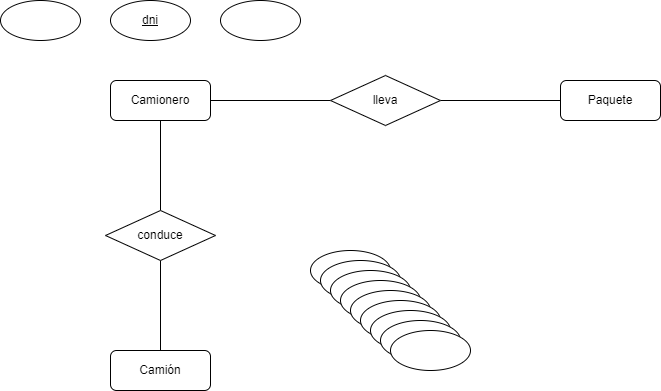
LuisMGlez/base-datos keeps this draw.io diagram as Unidad-1/Tareas/Tarea-3/Ejercicio4.drawio.png. Above is the earlier version. Source tidied: cells renumbered, new cells last; positions are measured from the earlier drawing's top-left corner, leaving out a move shared by most shapes. The source it was exported from:
```xml
<mxGraphModel>
  <root>
    <mxCell id="0" />
    <mxCell id="1" parent="0" />
    <mxCell id="2" style="edgeStyle=orthogonalEdgeStyle;rounded=0;jettySize=auto;html=1;exitX=1;exitY=0.5;exitDx=0;exitDy=0;entryX=0;entryY=0.5;entryDx=0;entryDy=0;endArrow=none;endFill=0;" parent="1" edge="1" source="4" target="8">
      <mxGeometry relative="1" as="geometry" />
    </mxCell>
    <mxCell id="3" style="edgeStyle=orthogonalEdgeStyle;rounded=0;jettySize=auto;html=1;exitX=0.5;exitY=1;exitDx=0;exitDy=0;entryX=0.5;entryY=0;entryDx=0;entryDy=0;endArrow=none;endFill=0;" parent="1" edge="1" source="4" target="10">
      <mxGeometry relative="1" as="geometry" />
    </mxCell>
    <mxCell id="4" value="Camionero" style="rounded=1;whiteSpace=wrap;html=1;" parent="1" vertex="1">
      <mxGeometry x="110" y="80" width="100" height="40" as="geometry" />
    </mxCell>
    <mxCell id="5" value="Camión" style="rounded=1;whiteSpace=wrap;html=1;" parent="1" vertex="1">
      <mxGeometry x="110" y="350" width="100" height="40" as="geometry" />
    </mxCell>
    <mxCell id="6" value="Paquete" style="rounded=1;whiteSpace=wrap;html=1;" parent="1" vertex="1">
      <mxGeometry x="560" y="80" width="100" height="40" as="geometry" />
    </mxCell>
    <mxCell id="7" style="edgeStyle=orthogonalEdgeStyle;rounded=0;jettySize=auto;html=1;exitX=1;exitY=0.5;exitDx=0;exitDy=0;entryX=0;entryY=0.5;entryDx=0;entryDy=0;endArrow=none;endFill=0;" parent="1" edge="1" source="8" target="6">
      <mxGeometry relative="1" as="geometry" />
    </mxCell>
    <mxCell id="8" value="lleva" style="rhombus;whiteSpace=wrap;html=1;" parent="1" vertex="1">
      <mxGeometry x="330" y="75" width="110" height="50" as="geometry" />
    </mxCell>
    <mxCell id="9" style="edgeStyle=orthogonalEdgeStyle;rounded=0;jettySize=auto;html=1;exitX=0.5;exitY=1;exitDx=0;exitDy=0;entryX=0.5;entryY=0;entryDx=0;entryDy=0;endArrow=none;endFill=0;" parent="1" edge="1" source="10" target="5">
      <mxGeometry relative="1" as="geometry" />
    </mxCell>
    <mxCell id="10" value="conduce" style="rhombus;whiteSpace=wrap;html=1;" parent="1" vertex="1">
      <mxGeometry x="105" y="210" width="110" height="50" as="geometry" />
    </mxCell>
    <mxCell id="11" style="ellipse;whiteSpace=wrap;html=1;" parent="1" vertex="1">
      <mxGeometry x="310" y="250" width="80" height="40" as="geometry" />
    </mxCell>
    <mxCell id="12" style="ellipse;whiteSpace=wrap;html=1;" parent="1" vertex="1">
      <mxGeometry x="320" y="260" width="80" height="40" as="geometry" />
    </mxCell>
    <mxCell id="13" style="ellipse;whiteSpace=wrap;html=1;" parent="1" vertex="1">
      <mxGeometry x="330" y="270" width="80" height="40" as="geometry" />
    </mxCell>
    <mxCell id="14" style="ellipse;whiteSpace=wrap;html=1;" parent="1" vertex="1">
      <mxGeometry x="340" y="280" width="80" height="40" as="geometry" />
    </mxCell>
    <mxCell id="15" style="ellipse;whiteSpace=wrap;html=1;" parent="1" vertex="1">
      <mxGeometry x="350" y="290" width="80" height="40" as="geometry" />
    </mxCell>
    <mxCell id="16" style="ellipse;whiteSpace=wrap;html=1;" parent="1" vertex="1">
      <mxGeometry x="360" y="300" width="80" height="40" as="geometry" />
    </mxCell>
    <mxCell id="17" style="ellipse;whiteSpace=wrap;html=1;" parent="1" vertex="1">
      <mxGeometry x="370" y="310" width="80" height="40" as="geometry" />
    </mxCell>
    <mxCell id="18" style="ellipse;whiteSpace=wrap;html=1;" parent="1" vertex="1">
      <mxGeometry x="380" y="320" width="80" height="40" as="geometry" />
    </mxCell>
    <mxCell id="19" style="ellipse;whiteSpace=wrap;html=1;" parent="1" vertex="1">
      <mxGeometry x="390" y="330" width="80" height="40" as="geometry" />
    </mxCell>
    <mxCell id="20" style="ellipse;whiteSpace=wrap;html=1;" parent="1" vertex="1">
      <mxGeometry x="220" width="80" height="40" as="geometry" />
    </mxCell>
    <mxCell id="21" value="&lt;u&gt;dni&lt;/u&gt;" style="ellipse;whiteSpace=wrap;html=1;" parent="1" vertex="1">
      <mxGeometry x="110" width="80" height="40" as="geometry" />
    </mxCell>
    <mxCell id="22" style="ellipse;whiteSpace=wrap;html=1;" parent="1" vertex="1">
      <mxGeometry width="80" height="40" as="geometry" />
    </mxCell>
  </root>
</mxGraphModel>
```
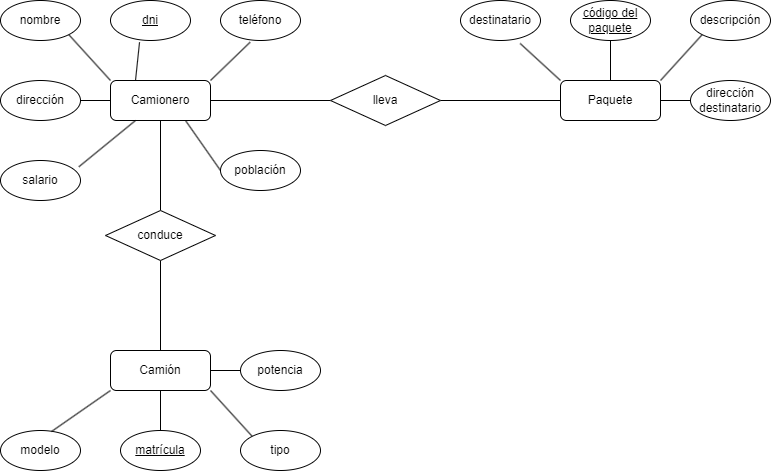
Above is the later version.

Change to the diagram source:
```diff
@@ -8,12 +8,39 @@
     <mxCell id="3" style="edgeStyle=orthogonalEdgeStyle;rounded=0;jettySize=auto;html=1;exitX=0.5;exitY=1;exitDx=0;exitDy=0;entryX=0.5;entryY=0;entryDx=0;entryDy=0;endArrow=none;endFill=0;" parent="1" edge="1" source="4" target="10">
       <mxGeometry relative="1" as="geometry" />
     </mxCell>
+    <mxCell id="23" style="rounded=0;jettySize=auto;html=1;exitX=0;exitY=0;exitDx=0;exitDy=0;entryX=1;entryY=1;entryDx=0;entryDy=0;endArrow=none;endFill=0;" parent="1" edge="1" source="4" target="22">
+      <mxGeometry relative="1" as="geometry" />
+    </mxCell>
+    <mxCell id="24" style="rounded=0;jettySize=auto;html=1;exitX=0;exitY=0.5;exitDx=0;exitDy=0;entryX=1;entryY=0.5;entryDx=0;entryDy=0;endArrow=none;endFill=0;" parent="1" edge="1" source="4" target="19">
+      <mxGeometry relative="1" as="geometry" />
+    </mxCell>
+    <mxCell id="25" style="rounded=0;jettySize=auto;html=1;exitX=0.75;exitY=1;exitDx=0;exitDy=0;entryX=0;entryY=0.5;entryDx=0;entryDy=0;endArrow=none;endFill=0;" parent="1" edge="1" source="4" target="17">
+      <mxGeometry relative="1" as="geometry" />
+    </mxCell>
     <mxCell id="4" value="Camionero" style="rounded=1;whiteSpace=wrap;html=1;" parent="1" vertex="1">
       <mxGeometry x="110" y="80" width="100" height="40" as="geometry" />
     </mxCell>
+    <mxCell id="26" style="rounded=0;jettySize=auto;html=1;exitX=1;exitY=0.5;exitDx=0;exitDy=0;entryX=0;entryY=0.5;entryDx=0;entryDy=0;endArrow=none;endFill=0;" parent="1" edge="1" source="5" target="11">
+      <mxGeometry relative="1" as="geometry" />
+    </mxCell>
+    <mxCell id="27" style="rounded=0;jettySize=auto;html=1;exitX=1;exitY=1;exitDx=0;exitDy=0;entryX=0;entryY=0;entryDx=0;entryDy=0;endArrow=none;endFill=0;" parent="1" edge="1" source="5" target="12">
+      <mxGeometry relative="1" as="geometry" />
+    </mxCell>
+    <mxCell id="28" style="rounded=0;jettySize=auto;html=1;exitX=0.5;exitY=1;exitDx=0;exitDy=0;entryX=0.5;entryY=0;entryDx=0;entryDy=0;endArrow=none;endFill=0;" parent="1" edge="1" source="5" target="33">
+      <mxGeometry relative="1" as="geometry" />
+    </mxCell>
     <mxCell id="5" value="Camión" style="rounded=1;whiteSpace=wrap;html=1;" parent="1" vertex="1">
       <mxGeometry x="110" y="350" width="100" height="40" as="geometry" />
     </mxCell>
+    <mxCell id="29" style="rounded=0;jettySize=auto;html=1;exitX=0.5;exitY=0;exitDx=0;exitDy=0;entryX=0.5;entryY=1;entryDx=0;entryDy=0;endArrow=none;endFill=0;" parent="1" edge="1" source="6" target="16">
+      <mxGeometry relative="1" as="geometry" />
+    </mxCell>
+    <mxCell id="30" style="rounded=0;jettySize=auto;html=1;exitX=1;exitY=0;exitDx=0;exitDy=0;entryX=0;entryY=1;entryDx=0;entryDy=0;endArrow=none;endFill=0;" parent="1" edge="1" source="6" target="15">
+      <mxGeometry relative="1" as="geometry" />
+    </mxCell>
+    <mxCell id="31" style="rounded=0;jettySize=auto;html=1;exitX=1;exitY=0.5;exitDx=0;exitDy=0;entryX=0;entryY=0.5;entryDx=0;entryDy=0;endArrow=none;endFill=0;" parent="1" edge="1" source="6" target="13">
+      <mxGeometry relative="1" as="geometry" />
+    </mxCell>
     <mxCell id="6" value="Paquete" style="rounded=1;whiteSpace=wrap;html=1;" parent="1" vertex="1">
       <mxGeometry x="560" y="80" width="100" height="40" as="geometry" />
     </mxCell>
@@ -29,41 +56,62 @@
     <mxCell id="10" value="conduce" style="rhombus;whiteSpace=wrap;html=1;" parent="1" vertex="1">
       <mxGeometry x="105" y="210" width="110" height="50" as="geometry" />
     </mxCell>
-    <mxCell id="11" style="ellipse;whiteSpace=wrap;html=1;" parent="1" vertex="1">
-      <mxGeometry x="310" y="250" width="80" height="40" as="geometry" />
+    <mxCell id="11" value="potencia" style="ellipse;whiteSpace=wrap;html=1;" parent="1" vertex="1">
+      <mxGeometry x="240" y="350" width="80" height="40" as="geometry" />
     </mxCell>
-    <mxCell id="12" style="ellipse;whiteSpace=wrap;html=1;" parent="1" vertex="1">
-      <mxGeometry x="320" y="260" width="80" height="40" as="geometry" />
+    <mxCell id="12" value="tipo" style="ellipse;whiteSpace=wrap;html=1;" parent="1" vertex="1">
+      <mxGeometry x="240" y="430" width="80" height="40" as="geometry" />
     </mxCell>
-    <mxCell id="13" style="ellipse;whiteSpace=wrap;html=1;" parent="1" vertex="1">
-      <mxGeometry x="330" y="270" width="80" height="40" as="geometry" />
+    <mxCell id="13" value="dirección destinatario" style="ellipse;whiteSpace=wrap;html=1;" parent="1" vertex="1">
+      <mxGeometry x="690" y="80" width="80" height="40" as="geometry" />
     </mxCell>
-    <mxCell id="14" style="ellipse;whiteSpace=wrap;html=1;" parent="1" vertex="1">
-      <mxGeometry x="340" y="280" width="80" height="40" as="geometry" />
+    <mxCell id="14" value="destinatario" style="ellipse;whiteSpace=wrap;html=1;" parent="1" vertex="1">
+      <mxGeometry x="460" width="80" height="40" as="geometry" />
     </mxCell>
-    <mxCell id="15" style="ellipse;whiteSpace=wrap;html=1;" parent="1" vertex="1">
-      <mxGeometry x="350" y="290" width="80" height="40" as="geometry" />
+    <mxCell id="15" value="descripción" style="ellipse;whiteSpace=wrap;html=1;" parent="1" vertex="1">
+      <mxGeometry x="690" width="80" height="40" as="geometry" />
     </mxCell>
-    <mxCell id="16" style="ellipse;whiteSpace=wrap;html=1;" parent="1" vertex="1">
-      <mxGeometry x="360" y="300" width="80" height="40" as="geometry" />
+    <mxCell id="16" value="&lt;u&gt;código del paquete&lt;/u&gt;" style="ellipse;whiteSpace=wrap;html=1;" parent="1" vertex="1">
+      <mxGeometry x="570" width="80" height="40" as="geometry" />
     </mxCell>
-    <mxCell id="17" style="ellipse;whiteSpace=wrap;html=1;" parent="1" vertex="1">
-      <mxGeometry x="370" y="310" width="80" height="40" as="geometry" />
+    <mxCell id="17" value="población" style="ellipse;whiteSpace=wrap;html=1;" parent="1" vertex="1">
+      <mxGeometry x="220" y="150" width="80" height="40" as="geometry" />
     </mxCell>
-    <mxCell id="18" style="ellipse;whiteSpace=wrap;html=1;" parent="1" vertex="1">
-      <mxGeometry x="380" y="320" width="80" height="40" as="geometry" />
+    <mxCell id="18" value="salario" style="ellipse;whiteSpace=wrap;html=1;" parent="1" vertex="1">
+      <mxGeometry y="160" width="80" height="40" as="geometry" />
     </mxCell>
-    <mxCell id="19" style="ellipse;whiteSpace=wrap;html=1;" parent="1" vertex="1">
-      <mxGeometry x="390" y="330" width="80" height="40" as="geometry" />
+    <mxCell id="19" value="dirección" style="ellipse;whiteSpace=wrap;html=1;" parent="1" vertex="1">
+      <mxGeometry y="80" width="80" height="40" as="geometry" />
     </mxCell>
-    <mxCell id="20" style="ellipse;whiteSpace=wrap;html=1;" parent="1" vertex="1">
+    <mxCell id="20" value="teléfono" style="ellipse;whiteSpace=wrap;html=1;" parent="1" vertex="1">
       <mxGeometry x="220" width="80" height="40" as="geometry" />
     </mxCell>
     <mxCell id="21" value="&lt;u&gt;dni&lt;/u&gt;" style="ellipse;whiteSpace=wrap;html=1;" parent="1" vertex="1">
       <mxGeometry x="110" width="80" height="40" as="geometry" />
     </mxCell>
-    <mxCell id="22" style="ellipse;whiteSpace=wrap;html=1;" parent="1" vertex="1">
+    <mxCell id="22" value="nombre" style="ellipse;whiteSpace=wrap;html=1;" parent="1" vertex="1">
       <mxGeometry width="80" height="40" as="geometry" />
     </mxCell>
+    <mxCell id="32" value="modelo" style="ellipse;whiteSpace=wrap;html=1;" parent="1" vertex="1">
+      <mxGeometry y="430" width="80" height="40" as="geometry" />
+    </mxCell>
+    <mxCell id="33" value="&lt;u&gt;matrícula&lt;/u&gt;" style="ellipse;whiteSpace=wrap;html=1;" parent="1" vertex="1">
+      <mxGeometry x="120" y="430" width="80" height="40" as="geometry" />
+    </mxCell>
+    <mxCell id="34" style="rounded=0;jettySize=auto;html=1;exitX=0.25;exitY=0;exitDx=0;exitDy=0;entryX=0.363;entryY=1.042;entryDx=0;entryDy=0;entryPerimeter=0;endArrow=none;endFill=0;" parent="1" edge="1" source="4" target="21">
+      <mxGeometry relative="1" as="geometry" />
+    </mxCell>
+    <mxCell id="35" style="rounded=0;jettySize=auto;html=1;exitX=1;exitY=0;exitDx=0;exitDy=0;entryX=0.371;entryY=1.042;entryDx=0;entryDy=0;entryPerimeter=0;endArrow=none;endFill=0;" parent="1" edge="1" source="4" target="20">
+      <mxGeometry relative="1" as="geometry" />
+    </mxCell>
+    <mxCell id="36" style="rounded=0;jettySize=auto;html=1;exitX=0.25;exitY=1;exitDx=0;exitDy=0;entryX=0.979;entryY=0.158;entryDx=0;entryDy=0;entryPerimeter=0;endArrow=none;endFill=0;" parent="1" edge="1" source="4" target="18">
+      <mxGeometry relative="1" as="geometry" />
+    </mxCell>
+    <mxCell id="37" style="rounded=0;jettySize=auto;html=1;exitX=0;exitY=0;exitDx=0;exitDy=0;entryX=0.746;entryY=1.075;entryDx=0;entryDy=0;entryPerimeter=0;endArrow=none;endFill=0;" parent="1" edge="1" source="6" target="14">
+      <mxGeometry relative="1" as="geometry" />
+    </mxCell>
+    <mxCell id="38" style="rounded=0;jettySize=auto;html=1;exitX=0;exitY=1;exitDx=0;exitDy=0;entryX=0.638;entryY=0.025;entryDx=0;entryDy=0;entryPerimeter=0;endArrow=none;endFill=0;" parent="1" edge="1" source="5" target="32">
+      <mxGeometry relative="1" as="geometry" />
+    </mxCell>
   </root>
 </mxGraphModel>
```
